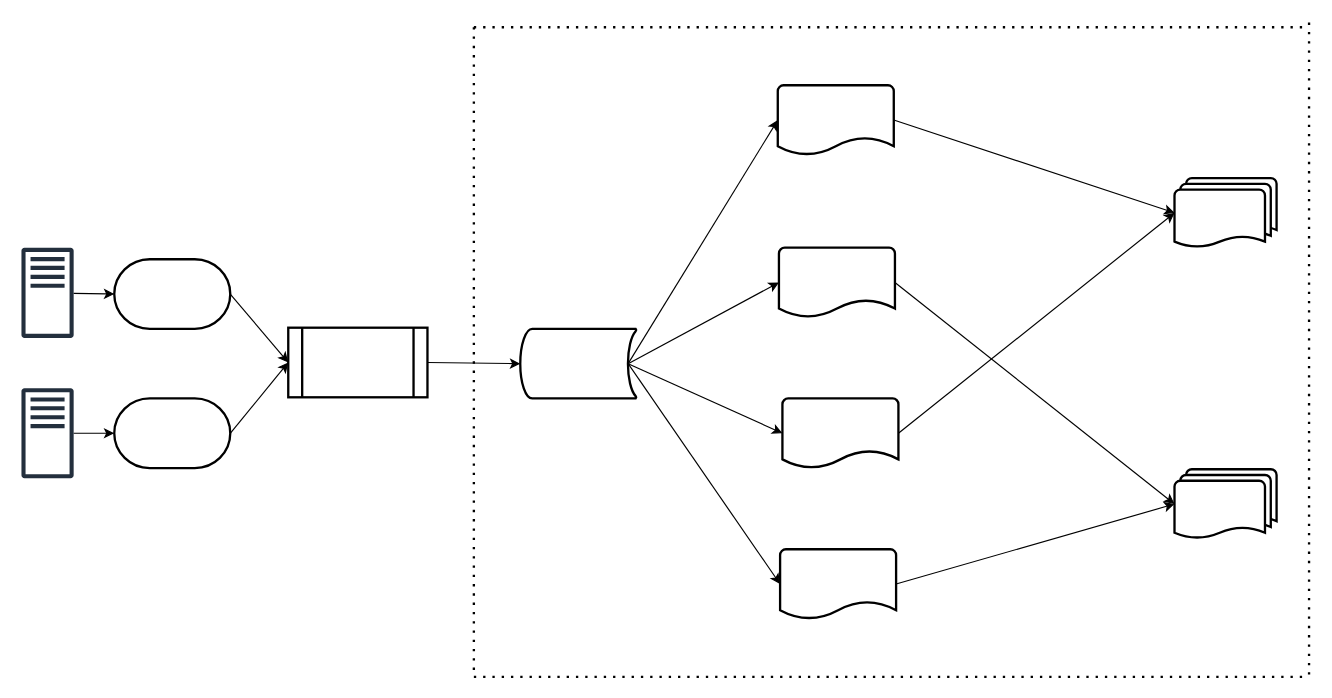
Above: Untitled Diagram.drawio in caihuayu0322/drawio-github (draw.io), before the change. Source tidied: cells renumbered, new cells numbered last; positions are measured from the earlier drawing's top-left corner, leaving out a move shared by most shapes. Both pictures are drawn from the tidied source at 116%, with x=0, y=0 at pixel (21, 21).
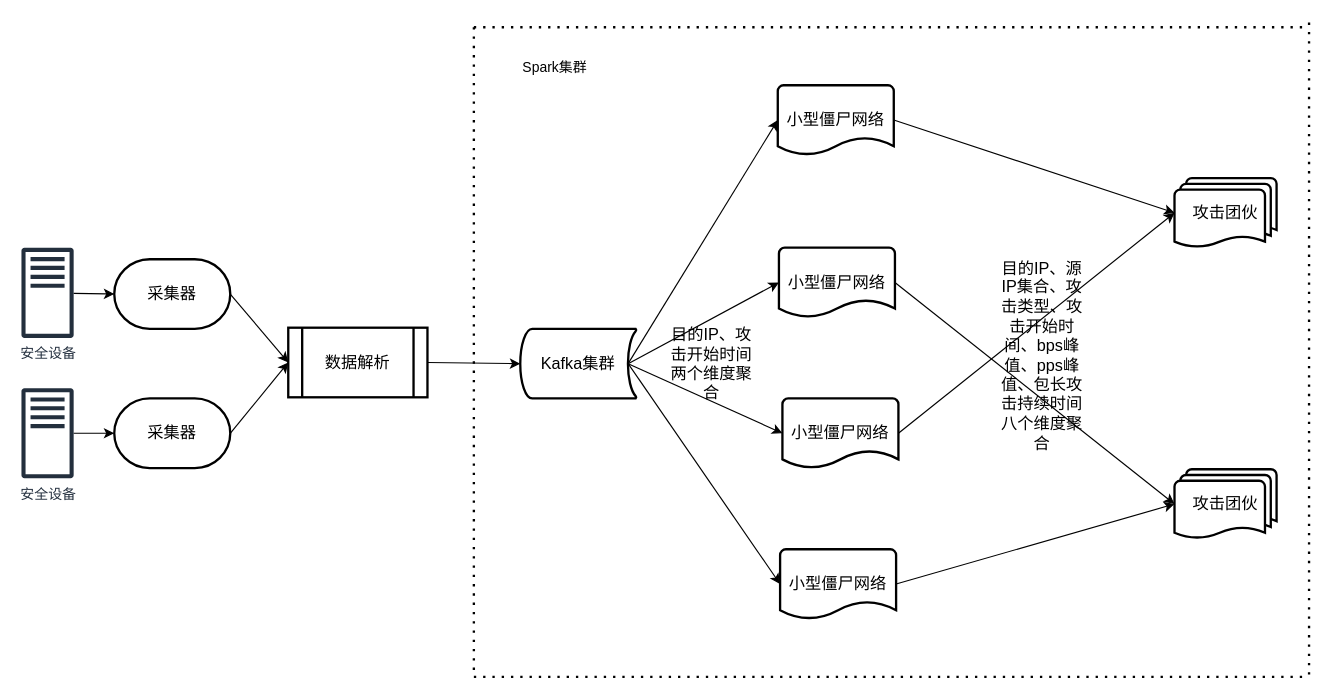
The same diagram, later.

The edit, as a diff of the source:
```diff
@@
-    <mxCell id="2" style="sketch=0;outlineConnect=0;fontColor=#232F3E;gradientColor=none;fillColor=#232F3D;strokeColor=none;dashed=0;verticalLabelPosition=bottom;verticalAlign=top;align=center;html=1;fontSize=12;fontStyle=0;shape=mxgraph.aws4.traditional_server;" parent="1" vertex="1">
+    <mxCell id="2" value="安全设备" style="sketch=0;outlineConnect=0;fontColor=#232F3E;gradientColor=none;fillColor=#232F3D;strokeColor=none;dashed=0;verticalLabelPosition=bottom;verticalAlign=top;align=center;html=1;fontSize=12;fontStyle=0;shape=mxgraph.aws4.traditional_server;" parent="1" vertex="1">
       <mxGeometry y="195" width="45" height="78" as="geometry" />
     </mxCell>
-    <mxCell id="3" style="sketch=0;outlineConnect=0;fontColor=#232F3E;gradientColor=none;fillColor=#232F3D;strokeColor=none;dashed=0;verticalLabelPosition=bottom;verticalAlign=top;align=center;html=1;fontSize=12;fontStyle=0;shape=mxgraph.aws4.traditional_server;" parent="1" vertex="1">
+    <mxCell id="3" value="安全设备" style="sketch=0;outlineConnect=0;fontColor=#232F3E;gradientColor=none;fillColor=#232F3D;strokeColor=none;dashed=0;verticalLabelPosition=bottom;verticalAlign=top;align=center;html=1;fontSize=12;fontStyle=0;shape=mxgraph.aws4.traditional_server;" parent="1" vertex="1">
       <mxGeometry y="316" width="45" height="78" as="geometry" />
     </mxCell>
-    <mxCell id="4" style="strokeWidth=2;html=1;shape=mxgraph.flowchart.stored_data;whiteSpace=wrap;" parent="1" vertex="1">
+    <mxCell id="4" value="&lt;font style=&quot;font-size: 14px;&quot;&gt;Kafka集群&lt;/font&gt;" style="strokeWidth=2;html=1;shape=mxgraph.flowchart.stored_data;whiteSpace=wrap;" parent="1" vertex="1">
       <mxGeometry x="430" y="265" width="100" height="60" as="geometry" />
     </mxCell>
-    <mxCell id="5" style="strokeWidth=2;html=1;shape=mxgraph.flowchart.terminator;whiteSpace=wrap;" parent="1" vertex="1">
+    <mxCell id="5" value="&lt;font style=&quot;font-size: 14px;&quot;&gt;采集器&lt;/font&gt;" style="strokeWidth=2;html=1;shape=mxgraph.flowchart.terminator;whiteSpace=wrap;" parent="1" vertex="1">
       <mxGeometry x="80" y="205" width="100" height="60" as="geometry" />
     </mxCell>
-    <mxCell id="6" style="strokeWidth=2;html=1;shape=mxgraph.flowchart.terminator;whiteSpace=wrap;" parent="1" vertex="1">
+    <mxCell id="6" value="&lt;font style=&quot;font-size: 14px;&quot;&gt;采集器&lt;/font&gt;" style="strokeWidth=2;html=1;shape=mxgraph.flowchart.terminator;whiteSpace=wrap;" parent="1" vertex="1">
       <mxGeometry x="80" y="325" width="100" height="60" as="geometry" />
     </mxCell>
@@
-    <mxCell id="11" style="strokeWidth=2;html=1;shape=mxgraph.flowchart.document2;whiteSpace=wrap;size=0.25;" parent="1" vertex="1">
+    <mxCell id="11" value="&lt;font style=&quot;font-size: 14px;&quot;&gt;小型僵尸网络&lt;/font&gt;" style="strokeWidth=2;html=1;shape=mxgraph.flowchart.document2;whiteSpace=wrap;size=0.25;" parent="1" vertex="1">
       <mxGeometry x="652" y="55" width="100" height="60" as="geometry" />
     </mxCell>
-    <mxCell id="12" style="strokeWidth=2;html=1;shape=mxgraph.flowchart.document2;whiteSpace=wrap;size=0.25;" parent="1" vertex="1">
+    <mxCell id="12" value="&lt;span style=&quot;&quot;&gt;&lt;font style=&quot;font-size: 14px;&quot;&gt;小型僵尸网络&lt;/font&gt;&lt;/span&gt;" style="strokeWidth=2;html=1;shape=mxgraph.flowchart.document2;whiteSpace=wrap;size=0.25;" parent="1" vertex="1">
       <mxGeometry x="653" y="195" width="100" height="60" as="geometry" />
     </mxCell>
-    <mxCell id="13" style="strokeWidth=2;html=1;shape=mxgraph.flowchart.document2;whiteSpace=wrap;size=0.25;" parent="1" vertex="1">
+    <mxCell id="13" value="&lt;span style=&quot;&quot;&gt;&lt;font style=&quot;font-size: 14px;&quot;&gt;小型僵尸网络&lt;/font&gt;&lt;/span&gt;" style="strokeWidth=2;html=1;shape=mxgraph.flowchart.document2;whiteSpace=wrap;size=0.25;" parent="1" vertex="1">
       <mxGeometry x="656" y="325" width="100" height="60" as="geometry" />
     </mxCell>
-    <mxCell id="14" style="strokeWidth=2;html=1;shape=mxgraph.flowchart.multi-document;whiteSpace=wrap;" parent="1" vertex="1">
+    <mxCell id="14" value="&lt;font style=&quot;font-size: 14px;&quot;&gt;攻击团伙&lt;/font&gt;" style="strokeWidth=2;html=1;shape=mxgraph.flowchart.multi-document;whiteSpace=wrap;" parent="1" vertex="1">
       <mxGeometry x="994" y="135" width="88" height="60" as="geometry" />
     </mxCell>
-    <mxCell id="15" style="strokeWidth=2;html=1;shape=mxgraph.flowchart.multi-document;whiteSpace=wrap;" parent="1" vertex="1">
+    <mxCell id="15" value="&lt;font style=&quot;font-size: 14px;&quot;&gt;攻击团伙&lt;/font&gt;" style="strokeWidth=2;html=1;shape=mxgraph.flowchart.multi-document;whiteSpace=wrap;" parent="1" vertex="1">
       <mxGeometry x="994" y="386" width="88" height="60" as="geometry" />
     </mxCell>
@@
-    <mxCell id="20" style="strokeWidth=2;html=1;shape=mxgraph.flowchart.document2;whiteSpace=wrap;size=0.25;" parent="1" vertex="1">
+    <mxCell id="20" value="&lt;span style=&quot;&quot;&gt;&lt;font style=&quot;font-size: 14px;&quot;&gt;小型僵尸网络&lt;/font&gt;&lt;/span&gt;" style="strokeWidth=2;html=1;shape=mxgraph.flowchart.document2;whiteSpace=wrap;size=0.25;" parent="1" vertex="1">
       <mxGeometry x="654" y="455" width="100" height="60" as="geometry" />
     </mxCell>
@@
-    <mxCell id="29" style="shape=process;whiteSpace=wrap;html=1;backgroundOutline=1;strokeWidth=2;" parent="1" vertex="1">
+    <mxCell id="29" value="&lt;font style=&quot;font-size: 14px;&quot;&gt;数据解析&lt;/font&gt;" style="shape=process;whiteSpace=wrap;html=1;backgroundOutline=1;strokeWidth=2;" parent="1" vertex="1">
       <mxGeometry x="230" y="264" width="120" height="60" as="geometry" />
     </mxCell>
@@
+    <mxCell id="31" value="Spark集群" style="text;html=1;strokeColor=none;fillColor=none;align=center;verticalAlign=middle;whiteSpace=wrap;rounded=0;" parent="1" vertex="1">
+      <mxGeometry x="430" y="25" width="60" height="30" as="geometry" />
+    </mxCell>
+    <mxCell id="32" value="&lt;font style=&quot;font-size: 14px;&quot;&gt;目的IP、攻击开始时间两个维度聚合&lt;/font&gt;" style="text;html=1;strokeColor=none;fillColor=none;align=center;verticalAlign=middle;whiteSpace=wrap;rounded=0;" parent="1" vertex="1">
+      <mxGeometry x="555" y="280" width="80" height="30" as="geometry" />
+    </mxCell>
+    <mxCell id="33" value="&lt;font style=&quot;font-size: 14px;&quot;&gt;目的IP、源IP集合、攻击类型、攻击开始时间、bps峰值、pps峰值、包长攻击持续时间八个维度聚合&lt;/font&gt;" style="text;html=1;strokeColor=none;fillColor=none;align=center;verticalAlign=middle;whiteSpace=wrap;rounded=0;" parent="1" vertex="1">
+      <mxGeometry x="840" y="273" width="80" height="30" as="geometry" />
+    </mxCell>
```
